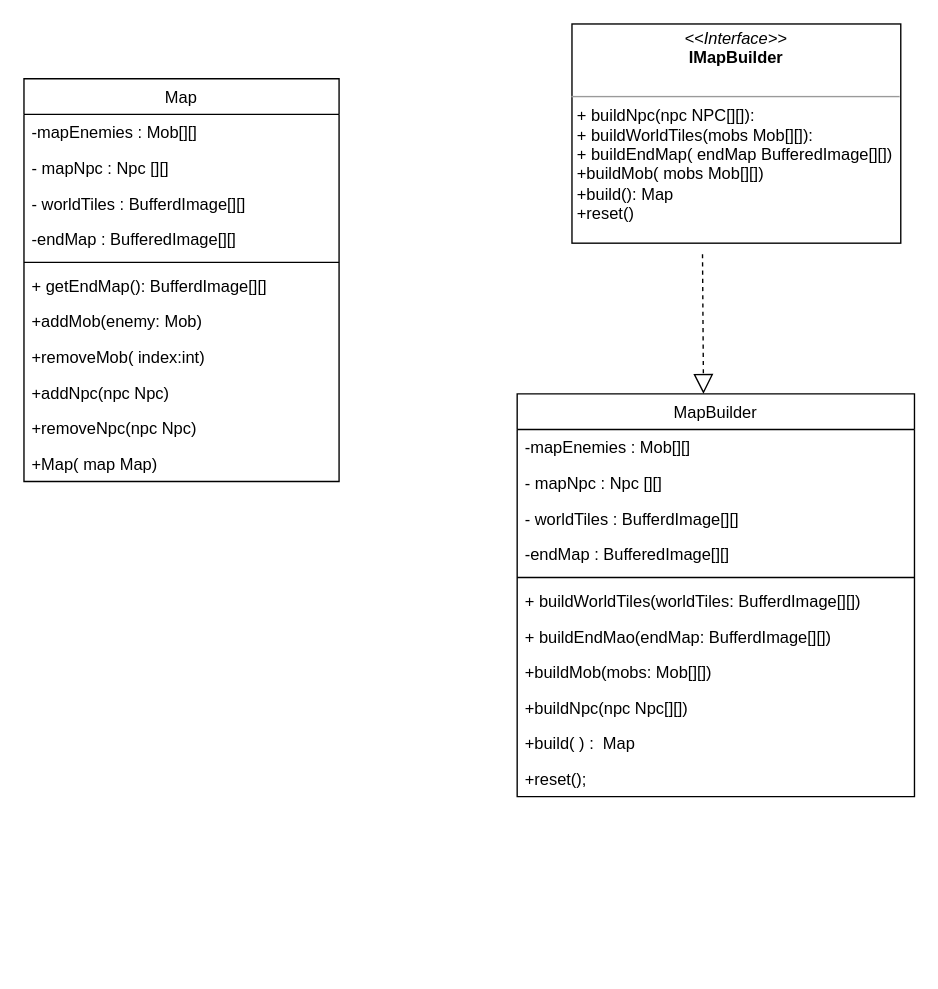
The draw.io diagram log/diagrams/UML/Alessia/Map.drawio in weiss25r/Progetto-ISS-2022-2023, before the edit. Source tidied: cells renumbered, new cells numbered last; positions are measured from the earlier drawing's top-left corner, leaving out a move shared by most shapes. Both pictures are drawn from the tidied source at 137%, with x=0, y=0 at pixel (23, 23).
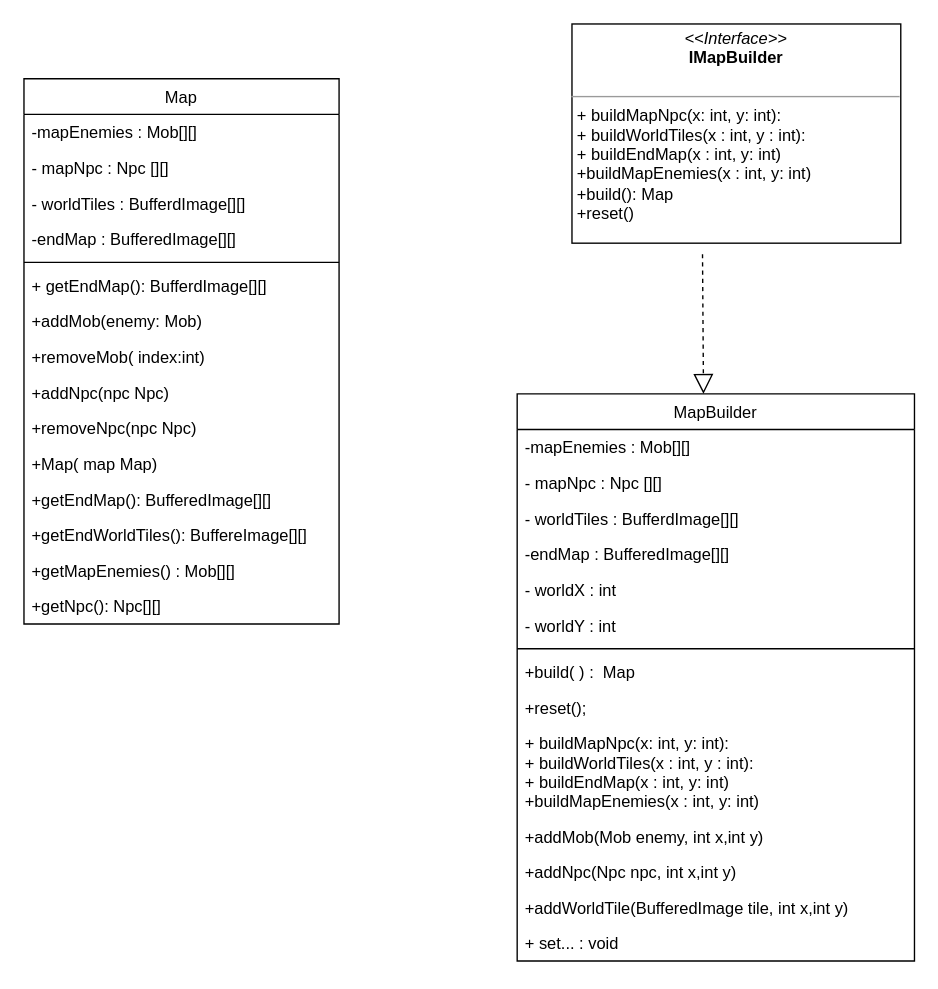
The same page after the edit.

Diff of the diagram source:
```diff
@@
     <mxCell id="2" value="Map" style="swimlane;fontStyle=0;horizontal=1;startSize=26;fillColor=none;" parent="1" vertex="1">
-      <mxGeometry y="40" width="230" height="294" as="geometry" />
+      <mxGeometry y="40" width="230" height="398" as="geometry" />
     </mxCell>
@@
+    <mxCell id="28" value="+getEndMap(): BufferedImage[][]" style="text;strokeColor=none;fillColor=none;align=left;verticalAlign=top;spacingLeft=4;spacingRight=4;overflow=hidden;" parent="2" vertex="1">
+      <mxGeometry y="294" width="230" height="26" as="geometry" />
+    </mxCell>
+    <mxCell id="29" value="+getEndWorldTiles(): BuffereImage[][]" style="text;strokeColor=none;fillColor=none;align=left;verticalAlign=top;spacingLeft=4;spacingRight=4;overflow=hidden;" parent="2" vertex="1">
+      <mxGeometry y="320" width="230" height="26" as="geometry" />
+    </mxCell>
+    <mxCell id="30" value="+getMapEnemies() : Mob[][] " style="text;strokeColor=none;fillColor=none;align=left;verticalAlign=top;spacingLeft=4;spacingRight=4;overflow=hidden;" parent="2" vertex="1">
+      <mxGeometry y="346" width="230" height="26" as="geometry" />
+    </mxCell>
+    <mxCell id="31" value="+getNpc(): Npc[][]" style="text;strokeColor=none;fillColor=none;align=left;verticalAlign=top;spacingLeft=4;spacingRight=4;overflow=hidden;" parent="2" vertex="1">
+      <mxGeometry y="372" width="230" height="26" as="geometry" />
+    </mxCell>
-    <mxCell id="14" value="&lt;p style=&quot;margin:0px;margin-top:4px;text-align:center;&quot;&gt;&lt;i&gt;&amp;lt;&amp;lt;Interface&amp;gt;&amp;gt;&lt;/i&gt;&lt;br&gt;&lt;b&gt;IMapBuilder&lt;/b&gt;&lt;/p&gt;&lt;p style=&quot;margin:0px;margin-left:4px;&quot;&gt;&lt;br&gt;&lt;/p&gt;&lt;hr size=&quot;1&quot;&gt;&lt;p style=&quot;margin:0px;margin-left:4px;&quot;&gt;+ buildNpc(npc NPC[][]):&lt;br&gt;+ buildWorldTiles(mobs Mob[][]):&amp;nbsp;&lt;/p&gt;&lt;p style=&quot;margin:0px;margin-left:4px;&quot;&gt;+ buildEndMap( endMap BufferedImage[][])&lt;/p&gt;&lt;p style=&quot;margin:0px;margin-left:4px;&quot;&gt;+buildMob( mobs Mob[][])&lt;/p&gt;&lt;p style=&quot;margin:0px;margin-left:4px;&quot;&gt;+build(): Map&lt;/p&gt;&lt;p style=&quot;margin:0px;margin-left:4px;&quot;&gt;+reset()&lt;/p&gt;" style="verticalAlign=top;align=left;overflow=fill;fontSize=12;fontFamily=Helvetica;html=1;" parent="1" vertex="1">
+    <mxCell id="14" value="&lt;p style=&quot;margin:0px;margin-top:4px;text-align:center;&quot;&gt;&lt;i&gt;&amp;lt;&amp;lt;Interface&amp;gt;&amp;gt;&lt;/i&gt;&lt;br&gt;&lt;b&gt;IMapBuilder&lt;/b&gt;&lt;/p&gt;&lt;p style=&quot;margin:0px;margin-left:4px;&quot;&gt;&lt;br&gt;&lt;/p&gt;&lt;hr size=&quot;1&quot;&gt;&lt;p style=&quot;margin:0px;margin-left:4px;&quot;&gt;+ buildMapNpc(x: int, y: int):&lt;br&gt;+ buildWorldTiles(x : int, y : int):&amp;nbsp;&lt;/p&gt;&lt;p style=&quot;margin:0px;margin-left:4px;&quot;&gt;+ buildEndMap(x : int, y: int)&lt;/p&gt;&lt;p style=&quot;margin:0px;margin-left:4px;&quot;&gt;+buildMapEnemies(x : int, y: int)&lt;/p&gt;&lt;p style=&quot;margin:0px;margin-left:4px;&quot;&gt;+build(): Map&lt;/p&gt;&lt;p style=&quot;margin:0px;margin-left:4px;&quot;&gt;+reset()&lt;/p&gt;" style="verticalAlign=top;align=left;overflow=fill;fontSize=12;fontFamily=Helvetica;html=1;" parent="1" vertex="1">
       <mxGeometry x="400" width="240" height="160" as="geometry" />
     </mxCell>
@@
     <mxCell id="16" value="MapBuilder" style="swimlane;fontStyle=0;horizontal=1;startSize=26;fillColor=none;" parent="1" vertex="1">
-      <mxGeometry x="360" y="270" width="290" height="294" as="geometry" />
+      <mxGeometry x="360" y="270" width="290" height="414" as="geometry" />
     </mxCell>
@@
+    <mxCell id="32" value="- worldX : int" style="text;strokeColor=none;fillColor=none;align=left;verticalAlign=top;spacingLeft=4;spacingRight=4;overflow=hidden;" parent="16" vertex="1">
+      <mxGeometry y="130" width="290" height="26" as="geometry" />
+    </mxCell>
+    <mxCell id="33" value="- worldY : int" style="text;strokeColor=none;fillColor=none;align=left;verticalAlign=top;spacingLeft=4;spacingRight=4;overflow=hidden;" parent="16" vertex="1">
+      <mxGeometry y="156" width="290" height="26" as="geometry" />
+    </mxCell>
     <mxCell id="21" style="line;strokeWidth=1;fillColor=none;align=left;verticalAlign=middle;spacingTop=-1;spacingLeft=3;spacingRight=3;labelPosition=right;strokeColor=inherit;" parent="16" vertex="1">
-      <mxGeometry y="130" width="290" height="8" as="geometry" />
+      <mxGeometry y="182" width="290" height="8" as="geometry" />
     </mxCell>
-    <mxCell id="22" value="+ buildWorldTiles(worldTiles: BufferdImage[][]) " style="text;strokeColor=none;fillColor=none;align=left;verticalAlign=top;spacingLeft=4;spacingRight=4;overflow=hidden;" parent="16" vertex="1">
-      <mxGeometry y="138" width="290" height="26" as="geometry" />
-    </mxCell>
-    <mxCell id="23" value="+ buildEndMao(endMap: BufferdImage[][]) " style="text;strokeColor=none;fillColor=none;align=left;verticalAlign=top;spacingLeft=4;spacingRight=4;overflow=hidden;" parent="16" vertex="1">
-      <mxGeometry y="164" width="290" height="26" as="geometry" />
-    </mxCell>
-    <mxCell id="24" value="+buildMob(mobs: Mob[][])" style="text;strokeColor=none;fillColor=none;align=left;verticalAlign=top;spacingLeft=4;spacingRight=4;overflow=hidden;" parent="16" vertex="1">
-      <mxGeometry y="190" width="290" height="26" as="geometry" />
-    </mxCell>
-    <mxCell id="25" value="+buildNpc(npc Npc[][])" style="text;strokeColor=none;fillColor=none;align=left;verticalAlign=top;spacingLeft=4;spacingRight=4;overflow=hidden;" parent="16" vertex="1">
-      <mxGeometry y="216" width="290" height="26" as="geometry" />
-    </mxCell>
     <mxCell id="26" value="+build( ) :  Map&#10;" style="text;strokeColor=none;fillColor=none;align=left;verticalAlign=top;spacingLeft=4;spacingRight=4;overflow=hidden;" parent="16" vertex="1">
-      <mxGeometry y="242" width="290" height="26" as="geometry" />
+      <mxGeometry y="190" width="290" height="26" as="geometry" />
     </mxCell>
     <mxCell id="27" value="+reset();" style="text;strokeColor=none;fillColor=none;align=left;verticalAlign=top;spacingLeft=4;spacingRight=4;overflow=hidden;" parent="16" vertex="1">
-      <mxGeometry y="268" width="290" height="26" as="geometry" />
+      <mxGeometry y="216" width="290" height="26" as="geometry" />
     </mxCell>
+    <mxCell id="34" value="+ buildMapNpc(x: int, y: int):&#10;+ buildWorldTiles(x : int, y : int): &#10;+ buildEndMap(x : int, y: int)&#10;+buildMapEnemies(x : int, y: int)" style="text;strokeColor=none;fillColor=none;align=left;verticalAlign=top;spacingLeft=4;spacingRight=4;overflow=hidden;" parent="16" vertex="1">
+      <mxGeometry y="242" width="290" height="68" as="geometry" />
+    </mxCell>
+    <mxCell id="35" value="+addMob(Mob enemy, int x,int y)" style="text;strokeColor=none;fillColor=none;align=left;verticalAlign=top;spacingLeft=4;spacingRight=4;overflow=hidden;" parent="16" vertex="1">
+      <mxGeometry y="310" width="290" height="26" as="geometry" />
+    </mxCell>
+    <mxCell id="36" value="+addNpc(Npc npc, int x,int y)" style="text;strokeColor=none;fillColor=none;align=left;verticalAlign=top;spacingLeft=4;spacingRight=4;overflow=hidden;" parent="16" vertex="1">
+      <mxGeometry y="336" width="290" height="26" as="geometry" />
+    </mxCell>
+    <mxCell id="37" value="+addWorldTile(BufferedImage tile, int x,int y)" style="text;strokeColor=none;fillColor=none;align=left;verticalAlign=top;spacingLeft=4;spacingRight=4;overflow=hidden;" parent="16" vertex="1">
+      <mxGeometry y="362" width="290" height="26" as="geometry" />
+    </mxCell>
+    <mxCell id="38" value="+ set... : void" style="text;strokeColor=none;fillColor=none;align=left;verticalAlign=top;spacingLeft=4;spacingRight=4;overflow=hidden;" parent="16" vertex="1">
+      <mxGeometry y="388" width="290" height="26" as="geometry" />
+    </mxCell>
```
